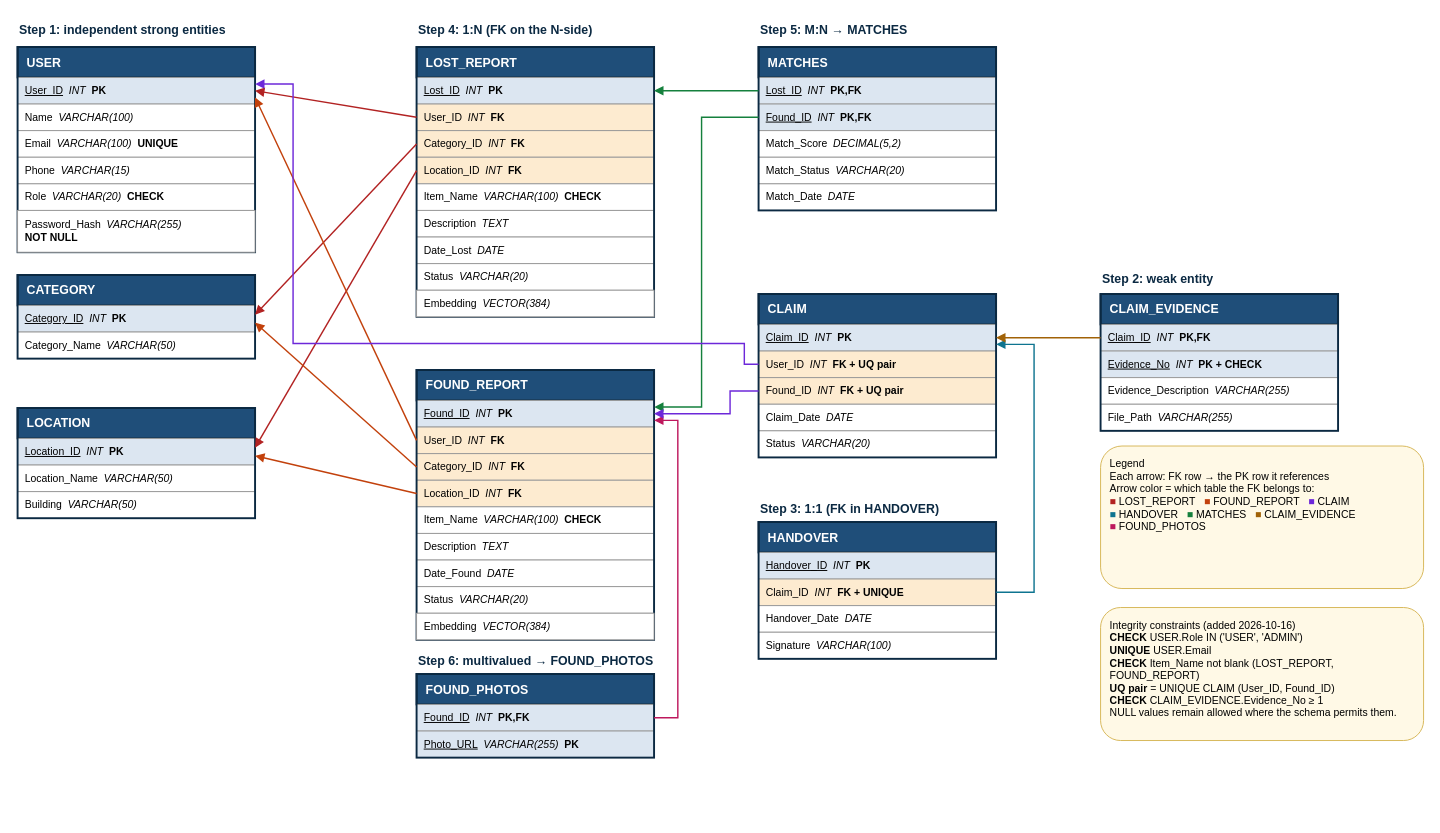
The draw.io diagram docs/lost_found_relational_schema.drawio in ParasAgarwal23/smart-lost-and-found, before the edit. Source tidied: cells renumbered, new cells numbered last; positions are measured from the earlier drawing's top-left corner, leaving out a move shared by most shapes. Both pictures are drawn from the tidied source at 95%, with x=0, y=0 at pixel (17, 16).
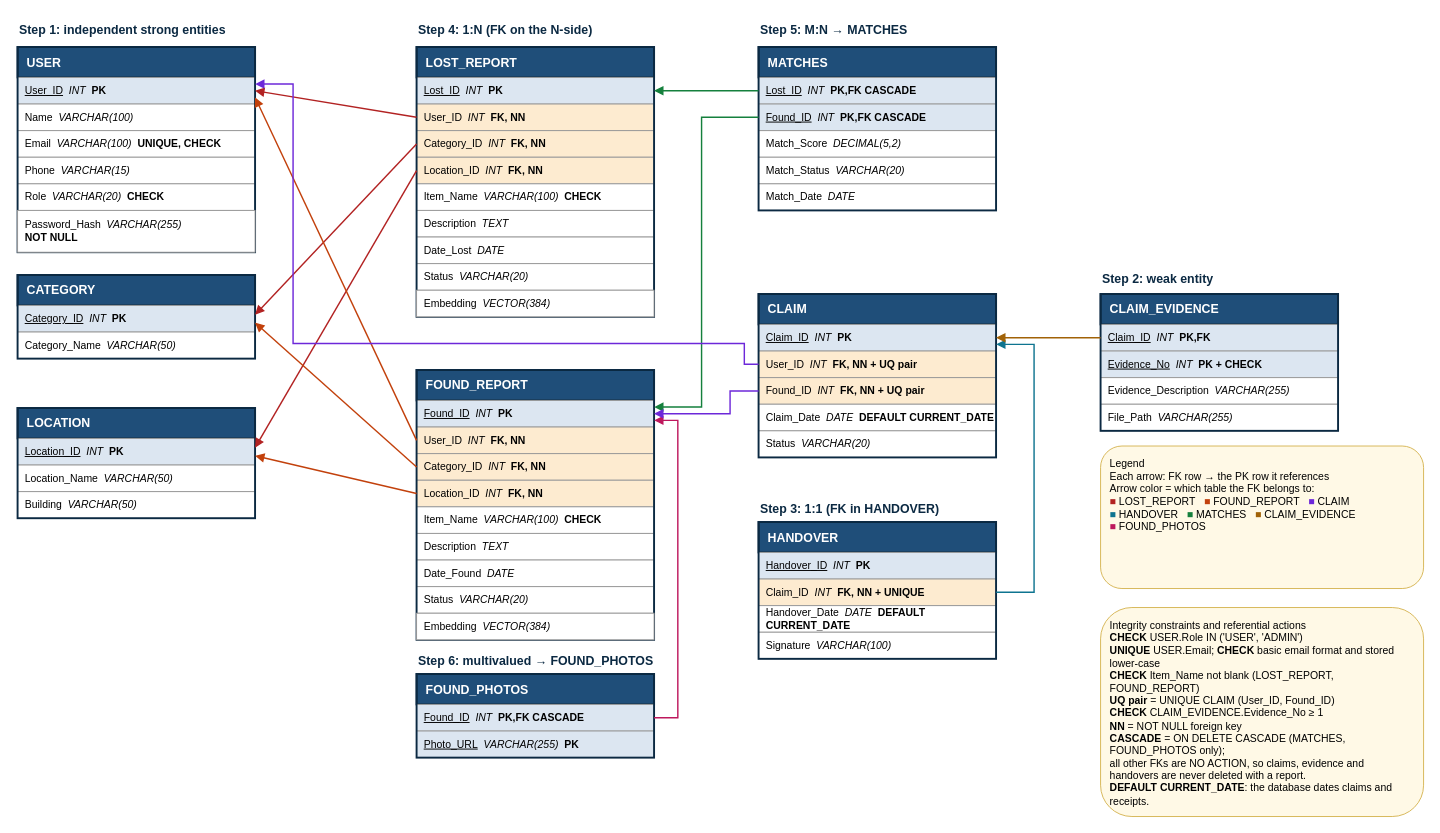
The same diagram, later.

What changed in the source:
```diff
@@
-    <mxCell id="5" value="Email&amp;nbsp;&amp;nbsp;&lt;i&gt;VARCHAR(100)&lt;/i&gt;&amp;nbsp;&amp;nbsp;&lt;b&gt;UNIQUE&lt;/b&gt;" style="rounded=0;whiteSpace=wrap;html=1;fillColor=#FFFFFF;strokeColor=#999999;fontSize=11;align=left;spacingLeft=6;" parent="1" vertex="1">
+    <mxCell id="5" value="Email&amp;nbsp;&amp;nbsp;&lt;i&gt;VARCHAR(100)&lt;/i&gt;&amp;nbsp;&amp;nbsp;&lt;b&gt;UNIQUE, CHECK&lt;/b&gt;" style="rounded=0;whiteSpace=wrap;html=1;fillColor=#FFFFFF;strokeColor=#999999;fontSize=11;align=left;spacingLeft=6;" parent="1" vertex="1">
       <mxGeometry y="120" width="250" height="28" as="geometry" />
     </mxCell>
@@
-    <mxCell id="20" value="User_ID&amp;nbsp;&amp;nbsp;&lt;i&gt;INT&lt;/i&gt;&amp;nbsp;&amp;nbsp;&lt;b&gt;FK&lt;/b&gt;" style="rounded=0;whiteSpace=wrap;html=1;fillColor=#FDEBD0;strokeColor=#999999;fontSize=11;align=left;spacingLeft=6;" parent="1" vertex="1">
+    <mxCell id="20" value="User_ID&amp;nbsp;&amp;nbsp;&lt;i&gt;INT&lt;/i&gt;&amp;nbsp;&amp;nbsp;&lt;b&gt;FK, NN&lt;/b&gt;" style="rounded=0;whiteSpace=wrap;html=1;fillColor=#FDEBD0;strokeColor=#999999;fontSize=11;align=left;spacingLeft=6;" parent="1" vertex="1">
       <mxGeometry x="420" y="92" width="250" height="28" as="geometry" />
     </mxCell>
-    <mxCell id="21" value="Category_ID&amp;nbsp;&amp;nbsp;&lt;i&gt;INT&lt;/i&gt;&amp;nbsp;&amp;nbsp;&lt;b&gt;FK&lt;/b&gt;" style="rounded=0;whiteSpace=wrap;html=1;fillColor=#FDEBD0;strokeColor=#999999;fontSize=11;align=left;spacingLeft=6;" parent="1" vertex="1">
+    <mxCell id="21" value="Category_ID&amp;nbsp;&amp;nbsp;&lt;i&gt;INT&lt;/i&gt;&amp;nbsp;&amp;nbsp;&lt;b&gt;FK, NN&lt;/b&gt;" style="rounded=0;whiteSpace=wrap;html=1;fillColor=#FDEBD0;strokeColor=#999999;fontSize=11;align=left;spacingLeft=6;" parent="1" vertex="1">
       <mxGeometry x="420" y="120" width="250" height="28" as="geometry" />
     </mxCell>
-    <mxCell id="22" value="Location_ID&amp;nbsp;&amp;nbsp;&lt;i&gt;INT&lt;/i&gt;&amp;nbsp;&amp;nbsp;&lt;b&gt;FK&lt;/b&gt;" style="rounded=0;whiteSpace=wrap;html=1;fillColor=#FDEBD0;strokeColor=#999999;fontSize=11;align=left;spacingLeft=6;" parent="1" vertex="1">
+    <mxCell id="22" value="Location_ID&amp;nbsp;&amp;nbsp;&lt;i&gt;INT&lt;/i&gt;&amp;nbsp;&amp;nbsp;&lt;b&gt;FK, NN&lt;/b&gt;" style="rounded=0;whiteSpace=wrap;html=1;fillColor=#FDEBD0;strokeColor=#999999;fontSize=11;align=left;spacingLeft=6;" parent="1" vertex="1">
       <mxGeometry x="420" y="148" width="250" height="28" as="geometry" />
     </mxCell>
@@
-    <mxCell id="30" value="User_ID&amp;nbsp;&amp;nbsp;&lt;i&gt;INT&lt;/i&gt;&amp;nbsp;&amp;nbsp;&lt;b&gt;FK&lt;/b&gt;" style="rounded=0;whiteSpace=wrap;html=1;fillColor=#FDEBD0;strokeColor=#999999;fontSize=11;align=left;spacingLeft=6;" parent="1" vertex="1">
+    <mxCell id="30" value="User_ID&amp;nbsp;&amp;nbsp;&lt;i&gt;INT&lt;/i&gt;&amp;nbsp;&amp;nbsp;&lt;b&gt;FK, NN&lt;/b&gt;" style="rounded=0;whiteSpace=wrap;html=1;fillColor=#FDEBD0;strokeColor=#999999;fontSize=11;align=left;spacingLeft=6;" parent="1" vertex="1">
       <mxGeometry x="420" y="432" width="250" height="28" as="geometry" />
     </mxCell>
-    <mxCell id="31" value="Category_ID&amp;nbsp;&amp;nbsp;&lt;i&gt;INT&lt;/i&gt;&amp;nbsp;&amp;nbsp;&lt;b&gt;FK&lt;/b&gt;" style="rounded=0;whiteSpace=wrap;html=1;fillColor=#FDEBD0;strokeColor=#999999;fontSize=11;align=left;spacingLeft=6;" parent="1" vertex="1">
+    <mxCell id="31" value="Category_ID&amp;nbsp;&amp;nbsp;&lt;i&gt;INT&lt;/i&gt;&amp;nbsp;&amp;nbsp;&lt;b&gt;FK, NN&lt;/b&gt;" style="rounded=0;whiteSpace=wrap;html=1;fillColor=#FDEBD0;strokeColor=#999999;fontSize=11;align=left;spacingLeft=6;" parent="1" vertex="1">
       <mxGeometry x="420" y="460" width="250" height="28" as="geometry" />
     </mxCell>
-    <mxCell id="32" value="Location_ID&amp;nbsp;&amp;nbsp;&lt;i&gt;INT&lt;/i&gt;&amp;nbsp;&amp;nbsp;&lt;b&gt;FK&lt;/b&gt;" style="rounded=0;whiteSpace=wrap;html=1;fillColor=#FDEBD0;strokeColor=#999999;fontSize=11;align=left;spacingLeft=6;" parent="1" vertex="1">
+    <mxCell id="32" value="Location_ID&amp;nbsp;&amp;nbsp;&lt;i&gt;INT&lt;/i&gt;&amp;nbsp;&amp;nbsp;&lt;b&gt;FK, NN&lt;/b&gt;" style="rounded=0;whiteSpace=wrap;html=1;fillColor=#FDEBD0;strokeColor=#999999;fontSize=11;align=left;spacingLeft=6;" parent="1" vertex="1">
       <mxGeometry x="420" y="488" width="250" height="28" as="geometry" />
     </mxCell>
@@
-    <mxCell id="39" value="&lt;u&gt;Found_ID&lt;/u&gt;&amp;nbsp;&amp;nbsp;&lt;i&gt;INT&lt;/i&gt;&amp;nbsp;&amp;nbsp;&lt;b&gt;PK,FK&lt;/b&gt;" style="rounded=0;whiteSpace=wrap;html=1;fillColor=#DCE6F1;strokeColor=#999999;fontSize=11;align=left;spacingLeft=6;" parent="1" vertex="1">
+    <mxCell id="39" value="&lt;u&gt;Found_ID&lt;/u&gt;&amp;nbsp;&amp;nbsp;&lt;i&gt;INT&lt;/i&gt;&amp;nbsp;&amp;nbsp;&lt;b&gt;PK,FK CASCADE&lt;/b&gt;" style="rounded=0;whiteSpace=wrap;html=1;fillColor=#DCE6F1;strokeColor=#999999;fontSize=11;align=left;spacingLeft=6;" parent="1" vertex="1">
       <mxGeometry x="420" y="724" width="250" height="28" as="geometry" />
     </mxCell>
@@
-    <mxCell id="43" value="&lt;u&gt;Lost_ID&lt;/u&gt;&amp;nbsp;&amp;nbsp;&lt;i&gt;INT&lt;/i&gt;&amp;nbsp;&amp;nbsp;&lt;b&gt;PK,FK&lt;/b&gt;" style="rounded=0;whiteSpace=wrap;html=1;fillColor=#DCE6F1;strokeColor=#999999;fontSize=11;align=left;spacingLeft=6;" parent="1" vertex="1">
+    <mxCell id="43" value="&lt;u&gt;Lost_ID&lt;/u&gt;&amp;nbsp;&amp;nbsp;&lt;i&gt;INT&lt;/i&gt;&amp;nbsp;&amp;nbsp;&lt;b&gt;PK,FK CASCADE&lt;/b&gt;" style="rounded=0;whiteSpace=wrap;html=1;fillColor=#DCE6F1;strokeColor=#999999;fontSize=11;align=left;spacingLeft=6;" parent="1" vertex="1">
       <mxGeometry x="780" y="64" width="250" height="28" as="geometry" />
     </mxCell>
-    <mxCell id="44" value="&lt;u&gt;Found_ID&lt;/u&gt;&amp;nbsp;&amp;nbsp;&lt;i&gt;INT&lt;/i&gt;&amp;nbsp;&amp;nbsp;&lt;b&gt;PK,FK&lt;/b&gt;" style="rounded=0;whiteSpace=wrap;html=1;fillColor=#DCE6F1;strokeColor=#999999;fontSize=11;align=left;spacingLeft=6;" parent="1" vertex="1">
+    <mxCell id="44" value="&lt;u&gt;Found_ID&lt;/u&gt;&amp;nbsp;&amp;nbsp;&lt;i&gt;INT&lt;/i&gt;&amp;nbsp;&amp;nbsp;&lt;b&gt;PK,FK CASCADE&lt;/b&gt;" style="rounded=0;whiteSpace=wrap;html=1;fillColor=#DCE6F1;strokeColor=#999999;fontSize=11;align=left;spacingLeft=6;" parent="1" vertex="1">
       <mxGeometry x="780" y="92" width="250" height="28" as="geometry" />
     </mxCell>
@@
-    <mxCell id="51" value="User_ID&amp;nbsp;&amp;nbsp;&lt;i&gt;INT&lt;/i&gt;&amp;nbsp;&amp;nbsp;&lt;b&gt;FK + UQ pair&lt;/b&gt;" style="rounded=0;whiteSpace=wrap;html=1;fillColor=#FDEBD0;strokeColor=#999999;fontSize=11;align=left;spacingLeft=6;" parent="1" vertex="1">
+    <mxCell id="51" value="User_ID&amp;nbsp;&amp;nbsp;&lt;i&gt;INT&lt;/i&gt;&amp;nbsp;&amp;nbsp;&lt;b&gt;FK, NN + UQ pair&lt;/b&gt;" style="rounded=0;whiteSpace=wrap;html=1;fillColor=#FDEBD0;strokeColor=#999999;fontSize=11;align=left;spacingLeft=6;" parent="1" vertex="1">
       <mxGeometry x="780" y="352" width="250" height="28" as="geometry" />
     </mxCell>
-    <mxCell id="52" value="Found_ID&amp;nbsp;&amp;nbsp;&lt;i&gt;INT&lt;/i&gt;&amp;nbsp;&amp;nbsp;&lt;b&gt;FK + UQ pair&lt;/b&gt;" style="rounded=0;whiteSpace=wrap;html=1;fillColor=#FDEBD0;strokeColor=#999999;fontSize=11;align=left;spacingLeft=6;" parent="1" vertex="1">
+    <mxCell id="52" value="Found_ID&amp;nbsp;&amp;nbsp;&lt;i&gt;INT&lt;/i&gt;&amp;nbsp;&amp;nbsp;&lt;b&gt;FK, NN + UQ pair&lt;/b&gt;" style="rounded=0;whiteSpace=wrap;html=1;fillColor=#FDEBD0;strokeColor=#999999;fontSize=11;align=left;spacingLeft=6;" parent="1" vertex="1">
       <mxGeometry x="780" y="380" width="250" height="28" as="geometry" />
     </mxCell>
-    <mxCell id="53" value="Claim_Date&amp;nbsp;&amp;nbsp;&lt;i&gt;DATE&lt;/i&gt;" style="rounded=0;whiteSpace=wrap;html=1;fillColor=#FFFFFF;strokeColor=#999999;fontSize=11;align=left;spacingLeft=6;" parent="1" vertex="1">
+    <mxCell id="53" value="Claim_Date&amp;nbsp;&amp;nbsp;&lt;i&gt;DATE&lt;/i&gt;&amp;nbsp;&amp;nbsp;&lt;b&gt;DEFAULT CURRENT_DATE&lt;/b&gt;" style="rounded=0;whiteSpace=wrap;html=1;fillColor=#FFFFFF;strokeColor=#999999;fontSize=11;align=left;spacingLeft=6;" parent="1" vertex="1">
       <mxGeometry x="780" y="408" width="250" height="28" as="geometry" />
     </mxCell>
@@
-    <mxCell id="58" value="Claim_ID&amp;nbsp;&amp;nbsp;&lt;i&gt;INT&lt;/i&gt;&amp;nbsp;&amp;nbsp;&lt;b&gt;FK + UNIQUE&lt;/b&gt;" style="rounded=0;whiteSpace=wrap;html=1;fillColor=#FDEBD0;strokeColor=#999999;fontSize=11;align=left;spacingLeft=6;" parent="1" vertex="1">
+    <mxCell id="58" value="Claim_ID&amp;nbsp;&amp;nbsp;&lt;i&gt;INT&lt;/i&gt;&amp;nbsp;&amp;nbsp;&lt;b&gt;FK, NN + UNIQUE&lt;/b&gt;" style="rounded=0;whiteSpace=wrap;html=1;fillColor=#FDEBD0;strokeColor=#999999;fontSize=11;align=left;spacingLeft=6;" parent="1" vertex="1">
       <mxGeometry x="780" y="592" width="250" height="28" as="geometry" />
     </mxCell>
-    <mxCell id="59" value="Handover_Date&amp;nbsp;&amp;nbsp;&lt;i&gt;DATE&lt;/i&gt;" style="rounded=0;whiteSpace=wrap;html=1;fillColor=#FFFFFF;strokeColor=#999999;fontSize=11;align=left;spacingLeft=6;" parent="1" vertex="1">
+    <mxCell id="59" value="Handover_Date&amp;nbsp;&amp;nbsp;&lt;i&gt;DATE&lt;/i&gt;&amp;nbsp;&amp;nbsp;&lt;b&gt;DEFAULT CURRENT_DATE&lt;/b&gt;" style="rounded=0;whiteSpace=wrap;html=1;fillColor=#FFFFFF;strokeColor=#999999;fontSize=11;align=left;spacingLeft=6;" parent="1" vertex="1">
       <mxGeometry x="780" y="620" width="250" height="28" as="geometry" />
     </mxCell>
@@
-    <mxCell id="91" value="Integrity constraints (added 2026-10-16)&lt;br&gt;&lt;b&gt;CHECK&lt;/b&gt; USER.Role IN ('USER', 'ADMIN')&lt;br&gt;&lt;b&gt;UNIQUE&lt;/b&gt; USER.Email&lt;br&gt;&lt;b&gt;CHECK&lt;/b&gt; Item_Name not blank (LOST_REPORT, FOUND_REPORT)&lt;br&gt;&lt;b&gt;UQ pair&lt;/b&gt; = UNIQUE CLAIM (User_ID, Found_ID)&lt;br&gt;&lt;b&gt;CHECK&lt;/b&gt; CLAIM_EVIDENCE.Evidence_No &amp;#8805; 1&lt;br&gt;NULL values remain allowed where the schema permits them." style="rounded=1;whiteSpace=wrap;html=1;fillColor=#FFF9E6;strokeColor=#D6B656;fontSize=11;align=left;spacingLeft=8;verticalAlign=top;spacingTop=6;" parent="1" vertex="1">
-      <mxGeometry x="1140" y="622" width="340" height="140" as="geometry" />
+    <mxCell id="91" value="Integrity constraints and referential actions&lt;br&gt;&lt;b&gt;CHECK&lt;/b&gt; USER.Role IN ('USER', 'ADMIN')&lt;br&gt;&lt;b&gt;UNIQUE&lt;/b&gt; USER.Email; &lt;b&gt;CHECK&lt;/b&gt; basic email format and stored lower-case&lt;br&gt;&lt;b&gt;CHECK&lt;/b&gt; Item_Name not blank (LOST_REPORT, FOUND_REPORT)&lt;br&gt;&lt;b&gt;UQ pair&lt;/b&gt; = UNIQUE CLAIM (User_ID, Found_ID)&lt;br&gt;&lt;b&gt;CHECK&lt;/b&gt; CLAIM_EVIDENCE.Evidence_No &amp;#8805; 1&lt;br&gt;&lt;b&gt;NN&lt;/b&gt; = NOT NULL foreign key&lt;br&gt;&lt;b&gt;CASCADE&lt;/b&gt; = ON DELETE CASCADE (MATCHES, FOUND_PHOTOS only);&lt;br&gt;all other FKs are NO ACTION, so claims, evidence and&lt;br&gt;handovers are never deleted with a report.&lt;br&gt;&lt;b&gt;DEFAULT CURRENT_DATE&lt;/b&gt;: the database dates claims and receipts." style="rounded=1;whiteSpace=wrap;html=1;fillColor=#FFF9E6;strokeColor=#D6B656;fontSize=11;align=left;spacingLeft=8;verticalAlign=top;spacingTop=6;" parent="1" vertex="1">
+      <mxGeometry x="1140" y="622" width="340" height="220" as="geometry" />
     </mxCell>
```
